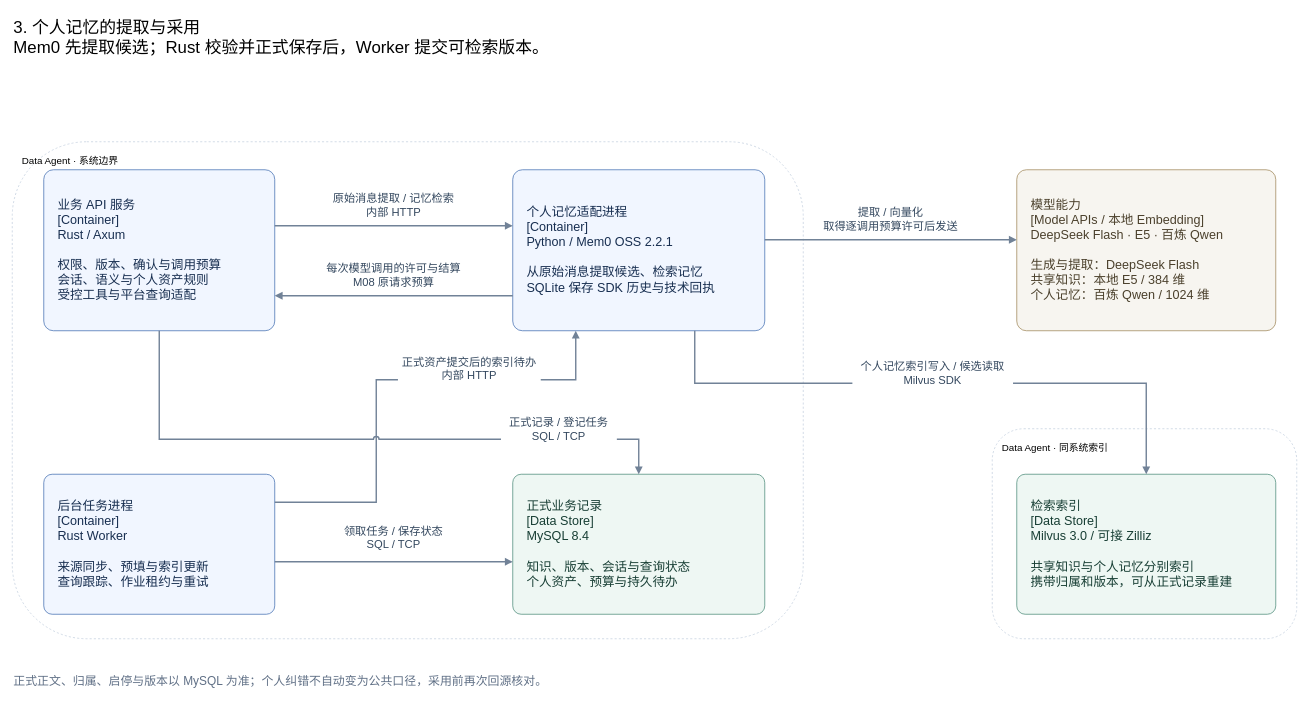
Before: page "个人记忆的提取与采用" (4 of 4) of docs/architecture/data-agent-c4-container.drawio in yaoziyaoguai/data_agent, a draw.io diagram. Source tidied: cells renumbered, new cells numbered last; positions are measured from the earlier drawing's top-left corner, leaving out a move shared by most shapes. Both pictures are drawn from the tidied source at 70%, with x=0, y=0 at pixel (12, 12).
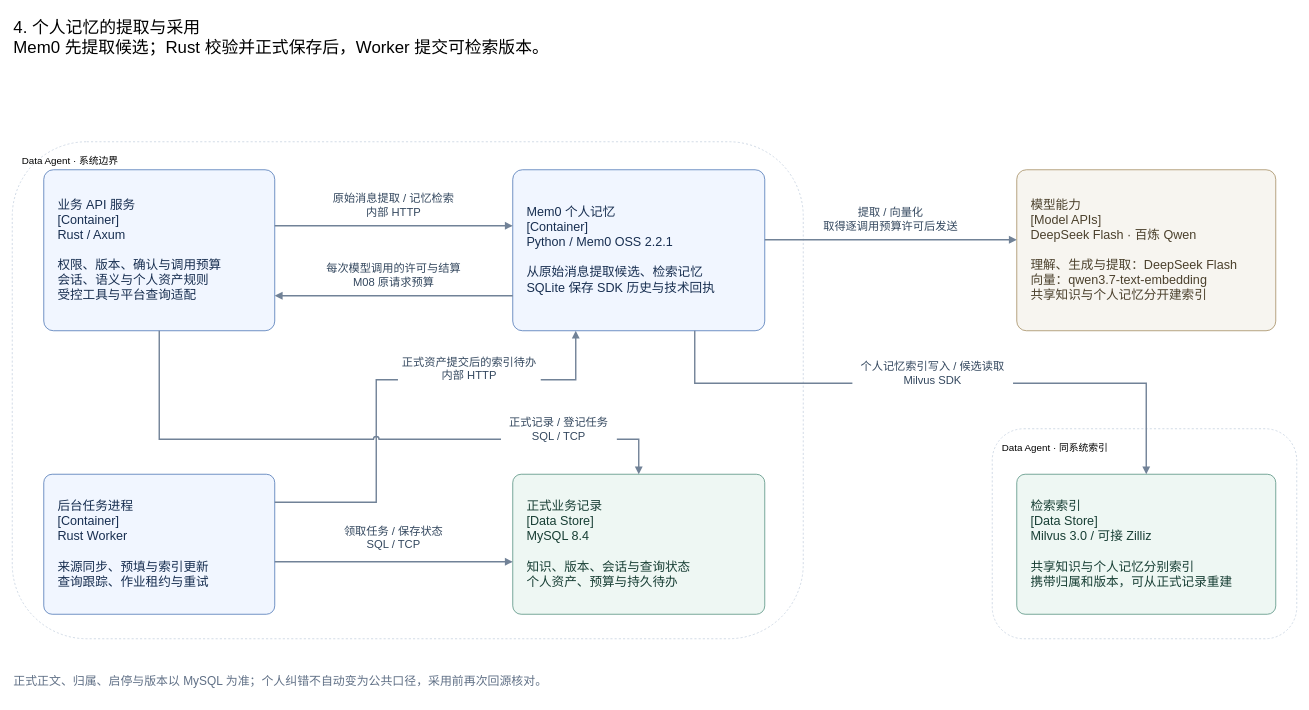
The same diagram, later.

Change to the diagram source:
```diff
@@
-    <mxCell id="2" value="3. 个人记忆的提取与采用&#10;Mem0 先提取候选；Rust 校验并正式保存后，Worker 提交可检索版本。" style="text;html=0;align=left;fontSize=24;fontFamily=PingFang SC;" parent="1" vertex="1">
+    <mxCell id="2" value="4. 个人记忆的提取与采用&#10;Mem0 先提取候选；Rust 校验并正式保存后，Worker 提交可检索版本。" style="text;html=0;align=left;fontSize=24;fontFamily=PingFang SC;" parent="1" vertex="1">
       <mxGeometry width="1750" height="70" as="geometry" />
     </mxCell>
@@
-    <mxCell id="6" value="个人记忆适配进程&#10;[Container]&#10;Python / Mem0 OSS 2.2.1&#10;&#10;从原始消息提取候选、检索记忆&#10;SQLite 保存 SDK 历史与技术回执" style="rounded=1;arcSize=6;whiteSpace=wrap;html=0;fillColor=#f1f6ff;strokeColor=#3866ac;fontColor=#172e50;fontSize=18;fontFamily=PingFang SC;align=left;spacing=20;" parent="1" vertex="1">
+    <mxCell id="6" value="Mem0 个人记忆&#10;[Container]&#10;Python / Mem0 OSS 2.2.1&#10;&#10;从原始消息提取候选、检索记忆&#10;SQLite 保存 SDK 历史与技术回执" style="rounded=1;arcSize=6;whiteSpace=wrap;html=0;fillColor=#f1f6ff;strokeColor=#3866ac;fontColor=#172e50;fontSize=18;fontFamily=PingFang SC;align=left;spacing=20;" parent="1" vertex="1">
       <mxGeometry x="715" y="225" width="360" height="230" as="geometry" />
     </mxCell>
-    <mxCell id="7" value="模型能力&#10;[Model APIs / 本地 Embedding]&#10;DeepSeek Flash · E5 · 百炼 Qwen&#10;&#10;生成与提取：DeepSeek Flash&#10;共享知识：本地 E5 / 384 维&#10;个人记忆：百炼 Qwen / 1024 维" style="rounded=1;arcSize=6;whiteSpace=wrap;html=0;fillColor=#f7f5f0;strokeColor=#9a8050;fontColor=#4b402c;fontSize=18;fontFamily=PingFang SC;align=left;spacing=20;" parent="1" vertex="1">
+    <mxCell id="7" value="模型能力&#10;[Model APIs]&#10;DeepSeek Flash · 百炼 Qwen&#10;&#10;理解、生成与提取：DeepSeek Flash&#10;向量：qwen3.7-text-embedding&#10;共享知识与个人记忆分开建索引" style="rounded=1;arcSize=6;whiteSpace=wrap;html=0;fillColor=#f7f5f0;strokeColor=#9a8050;fontColor=#4b402c;fontSize=18;fontFamily=PingFang SC;align=left;spacing=20;" parent="1" vertex="1">
       <mxGeometry x="1435" y="225" width="370" height="230" as="geometry" />
     </mxCell>
```
